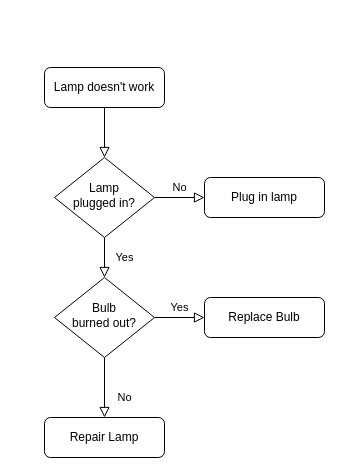
The draw.io diagram Design/Untitled Diagram.drawio in 198cm/GhostChess, before the edit. Source tidied: cells renumbered, new cells numbered last; positions are measured from the earlier drawing's top-left corner, leaving out a move shared by most shapes. Both pictures are drawn from the tidied source at 100%, with x=0, y=0 at pixel (44, 67). Pictures stored in the file or linked from it are replaced by grey dashed boxes.
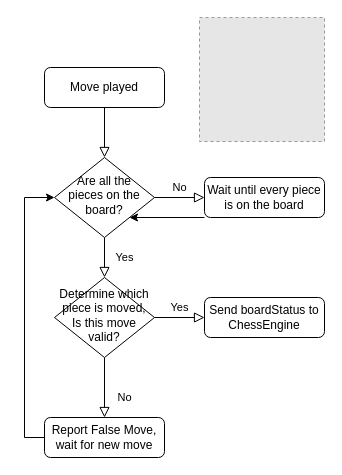
After the change.

The edit, as a diff of the source:
```diff
@@
 <mxGraphModel>
   <root>
     <mxCell id="0" />
     <mxCell id="1" parent="0" />
     <mxCell id="2" style="rounded=0;html=1;jettySize=auto;fontSize=11;endArrow=block;endFill=0;endSize=8;strokeWidth=1;shadow=0;labelBackgroundColor=none;edgeStyle=orthogonalEdgeStyle;" parent="1" edge="1" source="3" target="6">
       <mxGeometry relative="1" as="geometry" />
     </mxCell>
-    <mxCell id="3" value="Lamp doesn't work" style="rounded=1;whiteSpace=wrap;html=1;fontSize=12;glass=0;strokeWidth=1;shadow=0;" parent="1" vertex="1">
+    <mxCell id="3" value="Move played" style="rounded=1;whiteSpace=wrap;html=1;fontSize=12;glass=0;strokeWidth=1;shadow=0;" parent="1" vertex="1">
       <mxGeometry width="120" height="40" as="geometry" />
     </mxCell>
     <mxCell id="4" value="Yes" style="rounded=0;html=1;jettySize=auto;fontSize=11;endArrow=block;endFill=0;endSize=8;strokeWidth=1;shadow=0;labelBackgroundColor=none;edgeStyle=orthogonalEdgeStyle;" parent="1" edge="1" source="6" target="10">
       <mxGeometry y="20" relative="1" as="geometry" />
     </mxCell>
     <mxCell id="5" value="No" style="edgeStyle=orthogonalEdgeStyle;rounded=0;html=1;jettySize=auto;fontSize=11;endArrow=block;endFill=0;endSize=8;strokeWidth=1;shadow=0;labelBackgroundColor=none;" parent="1" edge="1" source="6" target="7">
       <mxGeometry y="10" relative="1" as="geometry" />
     </mxCell>
-    <mxCell id="6" value="Lamp&lt;br&gt;plugged in?" style="rhombus;whiteSpace=wrap;html=1;shadow=0;fontFamily=Helvetica;fontSize=12;align=center;strokeWidth=1;spacing=6;spacingTop=-4;" parent="1" vertex="1">
+    <mxCell id="6" value="Are all the pieces on the board?" style="rhombus;whiteSpace=wrap;html=1;shadow=0;fontFamily=Helvetica;fontSize=12;align=center;strokeWidth=1;spacing=6;spacingTop=-4;" parent="1" vertex="1">
       <mxGeometry x="10" y="90" width="100" height="80" as="geometry" />
     </mxCell>
+    <mxCell id="13" style="edgeStyle=orthogonalEdgeStyle;rounded=0;jettySize=auto;html=1;entryX=1;entryY=1;entryDx=0;entryDy=0;" parent="1" edge="1" source="7" target="6">
+      <mxGeometry relative="1" as="geometry">
+        <Array as="points">
+          <mxPoint x="210" y="150" />
+        </Array>
+      </mxGeometry>
+    </mxCell>
-    <mxCell id="7" value="Plug in lamp" style="rounded=1;whiteSpace=wrap;html=1;fontSize=12;glass=0;strokeWidth=1;shadow=0;" parent="1" vertex="1">
+    <mxCell id="7" value="Wait until every piece is on the board" style="rounded=1;whiteSpace=wrap;html=1;fontSize=12;glass=0;strokeWidth=1;shadow=0;" parent="1" vertex="1">
       <mxGeometry x="160" y="110" width="120" height="40" as="geometry" />
     </mxCell>
     <mxCell id="8" value="No" style="rounded=0;html=1;jettySize=auto;fontSize=11;endArrow=block;endFill=0;endSize=8;strokeWidth=1;shadow=0;labelBackgroundColor=none;edgeStyle=orthogonalEdgeStyle;" parent="1" edge="1" source="10" target="11">
       <mxGeometry x="0.33" y="20" relative="1" as="geometry" />
     </mxCell>
     <mxCell id="9" value="Yes" style="edgeStyle=orthogonalEdgeStyle;rounded=0;html=1;jettySize=auto;fontSize=11;endArrow=block;endFill=0;endSize=8;strokeWidth=1;shadow=0;labelBackgroundColor=none;" parent="1" edge="1" source="10" target="12">
       <mxGeometry y="10" relative="1" as="geometry" />
     </mxCell>
-    <mxCell id="10" value="Bulb&lt;br&gt;burned out?" style="rhombus;whiteSpace=wrap;html=1;shadow=0;fontFamily=Helvetica;fontSize=12;align=center;strokeWidth=1;spacing=6;spacingTop=-4;" parent="1" vertex="1">
+    <mxCell id="10" value="Determine which piece is moved, Is this move valid?" style="rhombus;whiteSpace=wrap;html=1;shadow=0;fontFamily=Helvetica;fontSize=12;align=center;strokeWidth=1;spacing=6;spacingTop=-4;" parent="1" vertex="1">
       <mxGeometry x="10" y="210" width="100" height="80" as="geometry" />
     </mxCell>
+    <mxCell id="14" style="edgeStyle=orthogonalEdgeStyle;rounded=0;jettySize=auto;html=1;entryX=0;entryY=0.5;entryDx=0;entryDy=0;" parent="1" edge="1" source="11" target="6">
+      <mxGeometry relative="1" as="geometry">
+        <Array as="points">
+          <mxPoint x="-20" y="370" />
+          <mxPoint x="-20" y="130" />
+        </Array>
+      </mxGeometry>
+    </mxCell>
-    <mxCell id="11" value="Repair Lamp" style="rounded=1;whiteSpace=wrap;html=1;fontSize=12;glass=0;strokeWidth=1;shadow=0;" parent="1" vertex="1">
+    <mxCell id="11" value="Report False Move, wait for new move" style="rounded=1;whiteSpace=wrap;html=1;fontSize=12;glass=0;strokeWidth=1;shadow=0;" parent="1" vertex="1">
       <mxGeometry y="350" width="120" height="40" as="geometry" />
     </mxCell>
-    <mxCell id="12" value="Replace Bulb" style="rounded=1;whiteSpace=wrap;html=1;fontSize=12;glass=0;strokeWidth=1;shadow=0;" parent="1" vertex="1">
+    <mxCell id="12" value="Send boardStatus to ChessEngine" style="rounded=1;whiteSpace=wrap;html=1;fontSize=12;glass=0;strokeWidth=1;shadow=0;" parent="1" vertex="1">
       <mxGeometry x="160" y="230" width="120" height="40" as="geometry" />
     </mxCell>
+    <mxCell id="15" style="fillColor=#E6E6E6;strokeColor=#999999;dashed=1;verticalLabelPosition=bottom;labelBackgroundColor=#ffffff;verticalAlign=top;" parent="1" vertex="1">
+      <mxGeometry x="155" y="-50" width="125" height="124" as="geometry" />
+    </mxCell>
   </root>
 </mxGraphModel>
```
